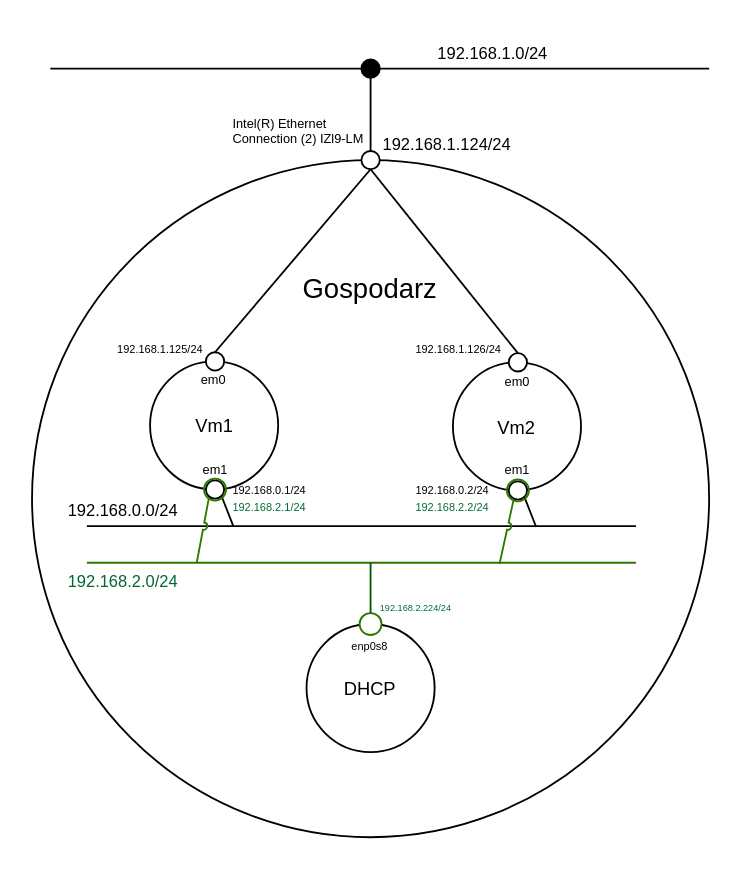
The draw.io diagram Diagramy/Projekt_Sieci.drawio in SiwyKrzysiek/sieci-c3, before the edit. Source tidied: cells renumbered, new cells numbered last; positions are measured from the earlier drawing's top-left corner, leaving out a move shared by most shapes. Both pictures are drawn from the tidied source at 183%, with x=0, y=0 at pixel (31, 31).
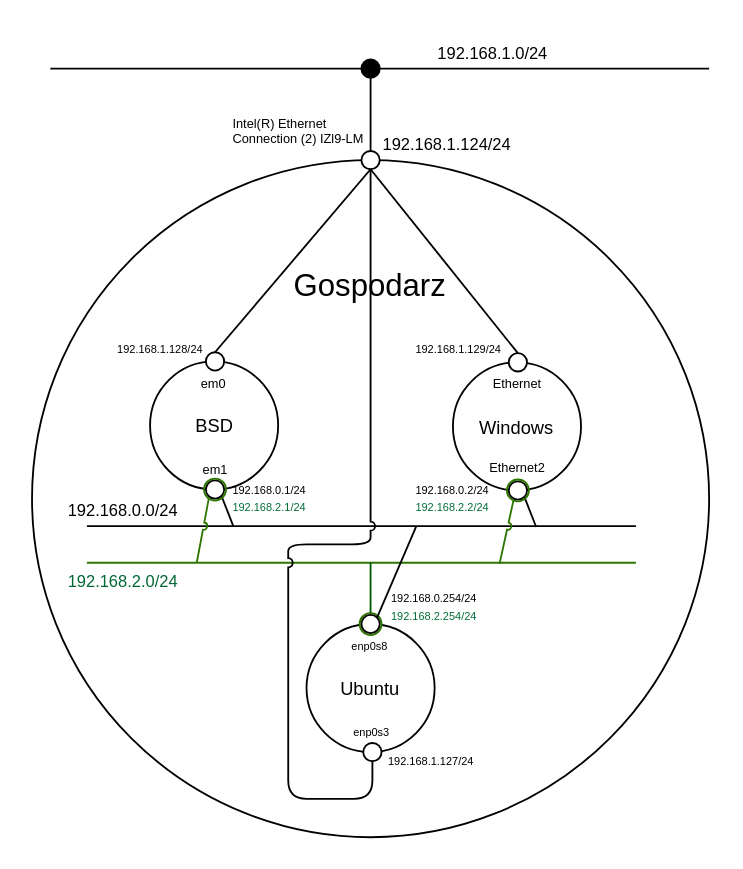
The same page after the edit.

Commit message:
Dopasowanei diagramu do 3 maszyn

Unchanged cells that the change refers to:
```xml
<mxCell id="8" style="ellipse;whiteSpace=wrap;html=1;" parent="5" vertex="1">
  <mxGeometry x="180" y="65" width="10" height="10" as="geometry" />
</mxCell>
```

Diff of the diagram source:
```diff
@@
-    <mxCell id="7" value="Gospodarz" style="text;html=1;strokeColor=none;fillColor=none;align=center;verticalAlign=middle;whiteSpace=wrap;rounded=0;fontSize=15;fontColor=#000000;" parent="5" vertex="1">
+    <mxCell id="7" value="Gospodarz" style="text;html=1;strokeColor=none;fillColor=none;align=center;verticalAlign=middle;whiteSpace=wrap;rounded=0;fontSize=17;fontColor=#000000;" parent="5" vertex="1">
       <mxGeometry x="165" y="130" width="40" height="20" as="geometry" />
     </mxCell>
@@
-    <mxCell id="17" value="&lt;font style=&quot;font-size: 10px&quot;&gt;Vm1&lt;/font&gt;" style="text;html=1;strokeColor=none;fillColor=none;align=center;verticalAlign=middle;whiteSpace=wrap;rounded=0;" parent="12" vertex="1">
+    <mxCell id="17" value="&lt;font style=&quot;font-size: 10px&quot;&gt;BSD&lt;/font&gt;" style="text;html=1;strokeColor=none;fillColor=none;align=center;verticalAlign=middle;whiteSpace=wrap;rounded=0;" parent="12" vertex="1">
       <mxGeometry x="79.5" y="205" width="40" height="20" as="geometry" />
     </mxCell>
@@
-    <mxCell id="25" value="&lt;font style=&quot;font-size: 10px&quot;&gt;Vm2&lt;/font&gt;" style="text;html=1;strokeColor=none;fillColor=none;align=center;verticalAlign=middle;whiteSpace=wrap;rounded=0;" parent="12" vertex="1">
+    <mxCell id="25" value="&lt;span style=&quot;font-size: 10px&quot;&gt;Windows&lt;/span&gt;" style="text;html=1;strokeColor=none;fillColor=none;align=center;verticalAlign=middle;whiteSpace=wrap;rounded=0;" parent="12" vertex="1">
       <mxGeometry x="245" y="205.5" width="40" height="20" as="geometry" />
     </mxCell>
-    <mxCell id="26" value="&lt;font style=&quot;font-size: 7px&quot;&gt;em1&lt;/font&gt;" style="text;html=1;strokeColor=none;fillColor=none;align=center;verticalAlign=middle;whiteSpace=wrap;rounded=0;" parent="12" vertex="1">
-      <mxGeometry x="257.5" y="233.5" width="15" height="9" as="geometry" />
-    </mxCell>
@@
     <mxCell id="29" value="&lt;font style=&quot;font-size: 7px&quot;&gt;em0&lt;/font&gt;" style="text;html=1;strokeColor=none;fillColor=none;align=center;verticalAlign=middle;whiteSpace=wrap;rounded=0;" parent="12" vertex="1">
-      <mxGeometry x="92" y="184" width="15" height="10" as="geometry" />
+      <mxGeometry x="92" y="185.5" width="15" height="10" as="geometry" />
     </mxCell>
-    <mxCell id="30" value="&lt;font style=&quot;font-size: 7px&quot;&gt;em0&lt;/font&gt;" style="text;html=1;strokeColor=none;fillColor=none;align=center;verticalAlign=middle;whiteSpace=wrap;rounded=0;" parent="12" vertex="1">
-      <mxGeometry x="258" y="185" width="15" height="10" as="geometry" />
+    <mxCell id="30" value="&lt;font style=&quot;font-size: 7px&quot;&gt;Ethernet&lt;/font&gt;" style="text;html=1;strokeColor=none;fillColor=none;align=center;verticalAlign=middle;whiteSpace=wrap;rounded=0;" parent="12" vertex="1">
+      <mxGeometry x="258" y="185.5" width="15" height="10" as="geometry" />
     </mxCell>
@@
-    <mxCell id="40" value="&lt;font style=&quot;font-size: 10px&quot;&gt;DHCP&lt;/font&gt;" style="text;html=1;strokeColor=none;fillColor=none;align=center;verticalAlign=middle;whiteSpace=wrap;rounded=0;" parent="12" vertex="1">
+    <mxCell id="40" value="&lt;font style=&quot;font-size: 10px&quot;&gt;Ubuntu&lt;/font&gt;" style="text;html=1;strokeColor=none;fillColor=none;align=center;verticalAlign=middle;whiteSpace=wrap;rounded=0;" parent="12" vertex="1">
       <mxGeometry x="165" y="348.5" width="40" height="20" as="geometry" />
     </mxCell>
@@
-    <mxCell id="43" value="&lt;div&gt;192.168.2.224/24&lt;/div&gt;" style="text;html=1;strokeColor=none;fillColor=none;align=center;verticalAlign=middle;whiteSpace=wrap;rounded=0;fontSize=5;fontColor=#006E37;" parent="12" vertex="1">
-      <mxGeometry x="190" y="310.5" width="40" height="7" as="geometry" />
+    <mxCell id="43" value="&lt;div style=&quot;font-size: 6px&quot;&gt;192.168.2.254/24&lt;/div&gt;" style="text;html=1;strokeColor=none;fillColor=none;align=center;verticalAlign=middle;whiteSpace=wrap;rounded=0;fontSize=6;fontColor=#006E37;" parent="12" vertex="1">
+      <mxGeometry x="200" y="316.5" width="40" height="7" as="geometry" />
     </mxCell>
@@
-    <mxCell id="47" value="192.168.1.125/24" style="text;html=1;fontSize=6;fontColor=#000000;" parent="12" vertex="1">
+    <mxCell id="47" value="192.168.1.128/24" style="text;html=1;fontSize=6;fontColor=#000000;" parent="12" vertex="1">
       <mxGeometry x="45" y="164" width="50" height="20" as="geometry" />
     </mxCell>
-    <mxCell id="48" value="192.168.1.126/24" style="text;html=1;fontSize=6;fontColor=#000000;" parent="12" vertex="1">
+    <mxCell id="48" value="192.168.1.129/24" style="text;html=1;fontSize=6;fontColor=#000000;" parent="12" vertex="1">
       <mxGeometry x="207.5" y="164" width="50" height="20" as="geometry" />
     </mxCell>
+    <mxCell id="49" style="edgeStyle=orthogonalEdgeStyle;jettySize=auto;html=1;exitX=0.5;exitY=1;exitDx=0;exitDy=0;entryX=0.5;entryY=1;entryDx=0;entryDy=0;endArrow=none;endFill=0;rounded=1;jumpStyle=arc;jumpSize=5;" parent="12" edge="1" source="50" target="8">
+      <mxGeometry relative="1" as="geometry">
+        <Array as="points">
+          <mxPoint x="186" y="419" />
+          <mxPoint x="140" y="419" />
+          <mxPoint x="140" y="280" />
+          <mxPoint x="185" y="280" />
+        </Array>
+      </mxGeometry>
+    </mxCell>
+    <mxCell id="50" style="ellipse;whiteSpace=wrap;html=1;" parent="12" vertex="1">
+      <mxGeometry x="181" y="388.5" width="10" height="10" as="geometry" />
+    </mxCell>
+    <mxCell id="51" value="enp0s3" style="text;html=1;fontSize=6;fontColor=#000000;direction=east;" parent="12" vertex="1">
+      <mxGeometry x="174" y="372.5" width="24" height="12" as="geometry" />
+    </mxCell>
+    <mxCell id="52" value="192.168.1.127/24" style="text;html=1;fontSize=6;fontColor=#000000;" parent="12" vertex="1">
+      <mxGeometry x="192.5" y="388.5" width="50" height="20" as="geometry" />
+    </mxCell>
+    <mxCell id="53" value="&lt;font style=&quot;font-size: 7px&quot;&gt;Ethernet2&lt;/font&gt;" style="text;html=1;strokeColor=none;fillColor=none;align=center;verticalAlign=middle;whiteSpace=wrap;rounded=0;" parent="12" vertex="1">
+      <mxGeometry x="258" y="232" width="15" height="10" as="geometry" />
+    </mxCell>
+    <mxCell id="54" style="ellipse;whiteSpace=wrap;html=1;" parent="12" vertex="1">
+      <mxGeometry x="180" y="318.5" width="10" height="10" as="geometry" />
+    </mxCell>
+    <mxCell id="55" style="endArrow=none;html=1;fontSize=6;exitX=1;exitY=0;exitDx=0;exitDy=0;" parent="12" edge="1" source="54">
+      <mxGeometry relative="1" as="geometry">
+        <mxPoint x="210" y="270" as="targetPoint" />
+      </mxGeometry>
+    </mxCell>
+    <mxCell id="56" value="&lt;div style=&quot;font-size: 6px&quot;&gt;192.168.0.254/24&lt;/div&gt;" style="text;html=1;strokeColor=none;fillColor=none;align=center;verticalAlign=middle;whiteSpace=wrap;rounded=0;fontSize=6;" parent="12" vertex="1">
+      <mxGeometry x="200" y="305" width="40" height="10" as="geometry" />
+    </mxCell>
```
